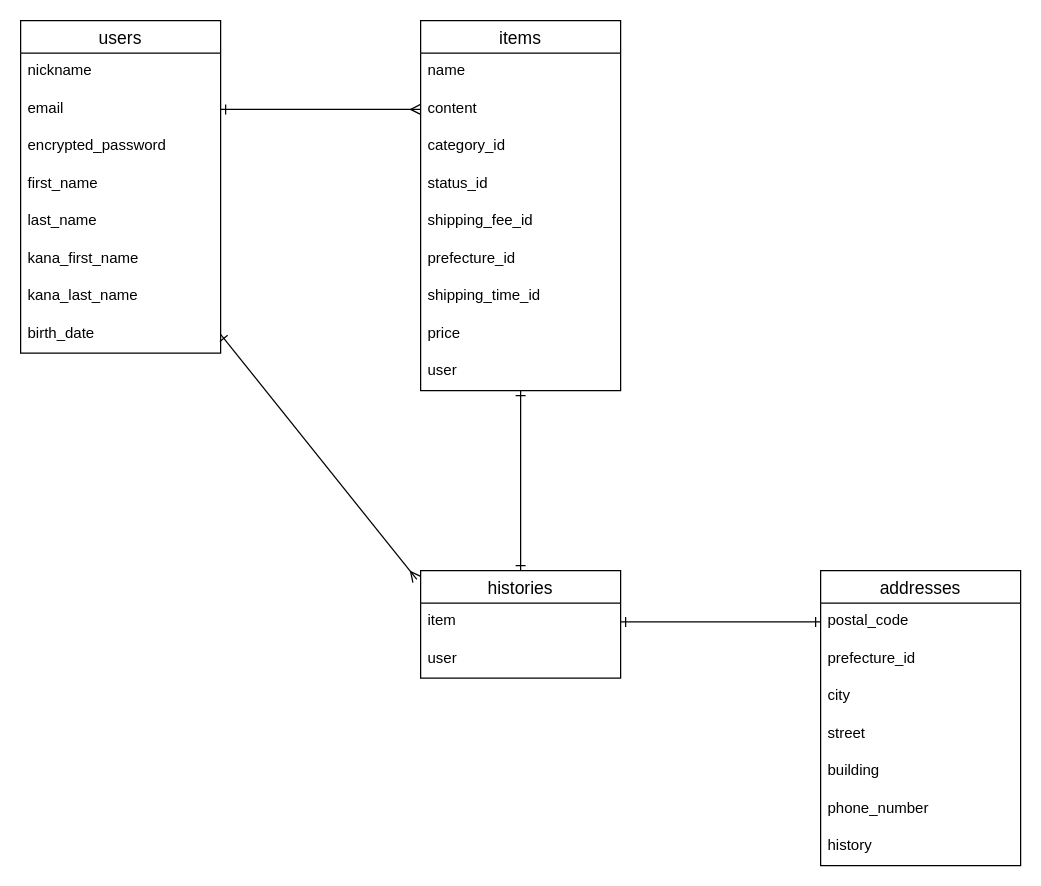
NaokiKojimaJapan/furima-40284 keeps this draw.io diagram as ER.dio. Above is the earlier version. Source tidied: cells renumbered, new cells numbered last; positions are measured from the earlier drawing's top-left corner, leaving out a move shared by most shapes. Both pictures are drawn from the tidied source at 125%, with x=0, y=0 at pixel (20, 20).
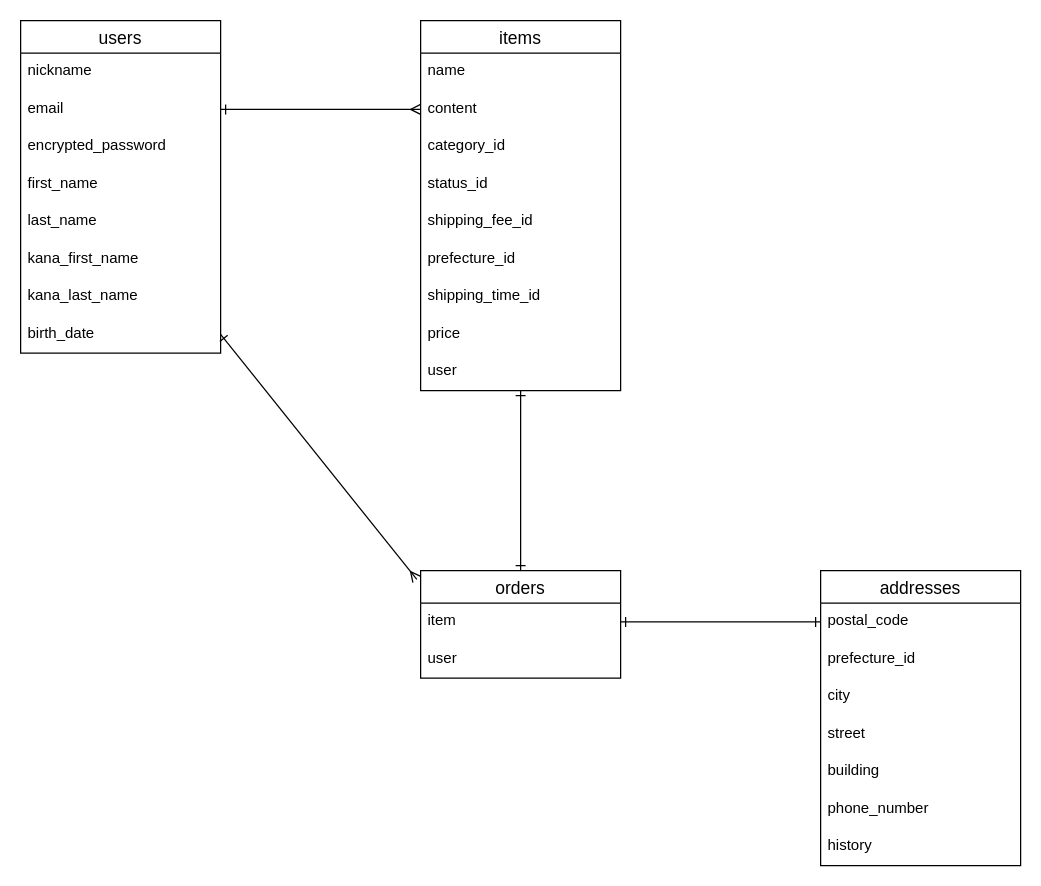
The same diagram, later.

What changed in the source:
```diff
@@
-    <mxCell id="29" value="histories" style="swimlane;fontStyle=0;horizontal=1;startSize=26;align=center;fontSize=14;" parent="1" vertex="1">
+    <mxCell id="29" value="orders" style="swimlane;fontStyle=0;horizontal=1;startSize=26;align=center;fontSize=14;" parent="1" vertex="1">
       <mxGeometry x="320" y="440" width="160" height="86" as="geometry" />
     </mxCell>
```
